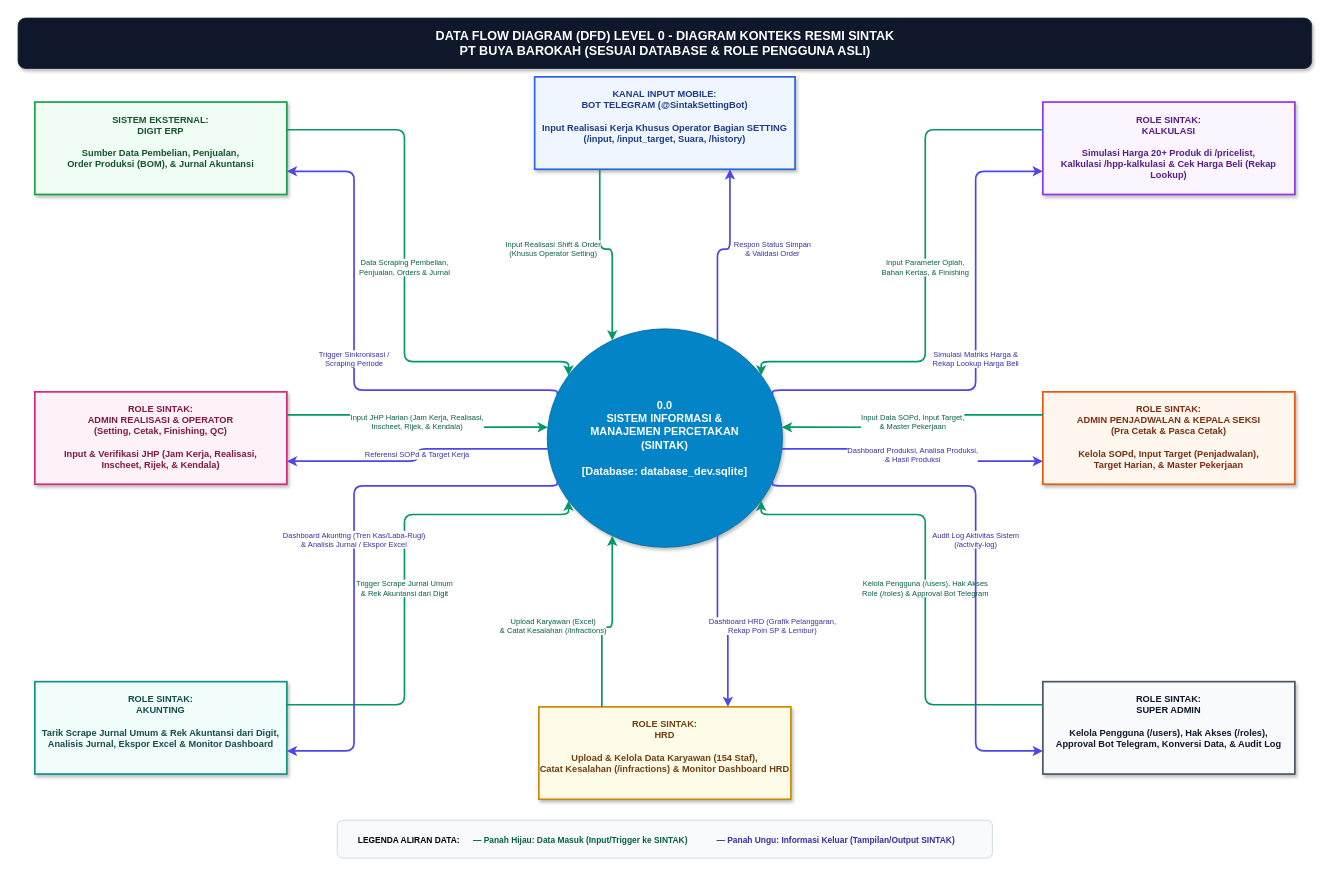
Above: page "DFD Level 0 - Diagram Konteks" (1 of 2) of sintak-dfd.drawio in nauval131922-2/sintak_pt_buya_barokah (draw.io), before the change. Source tidied: cells renumbered, new cells numbered last; positions are measured from the earlier drawing's top-left corner, leaving out a move shared by most shapes. Both pictures are drawn from the tidied source at 84%, with x=0, y=0 at pixel (18, 18).
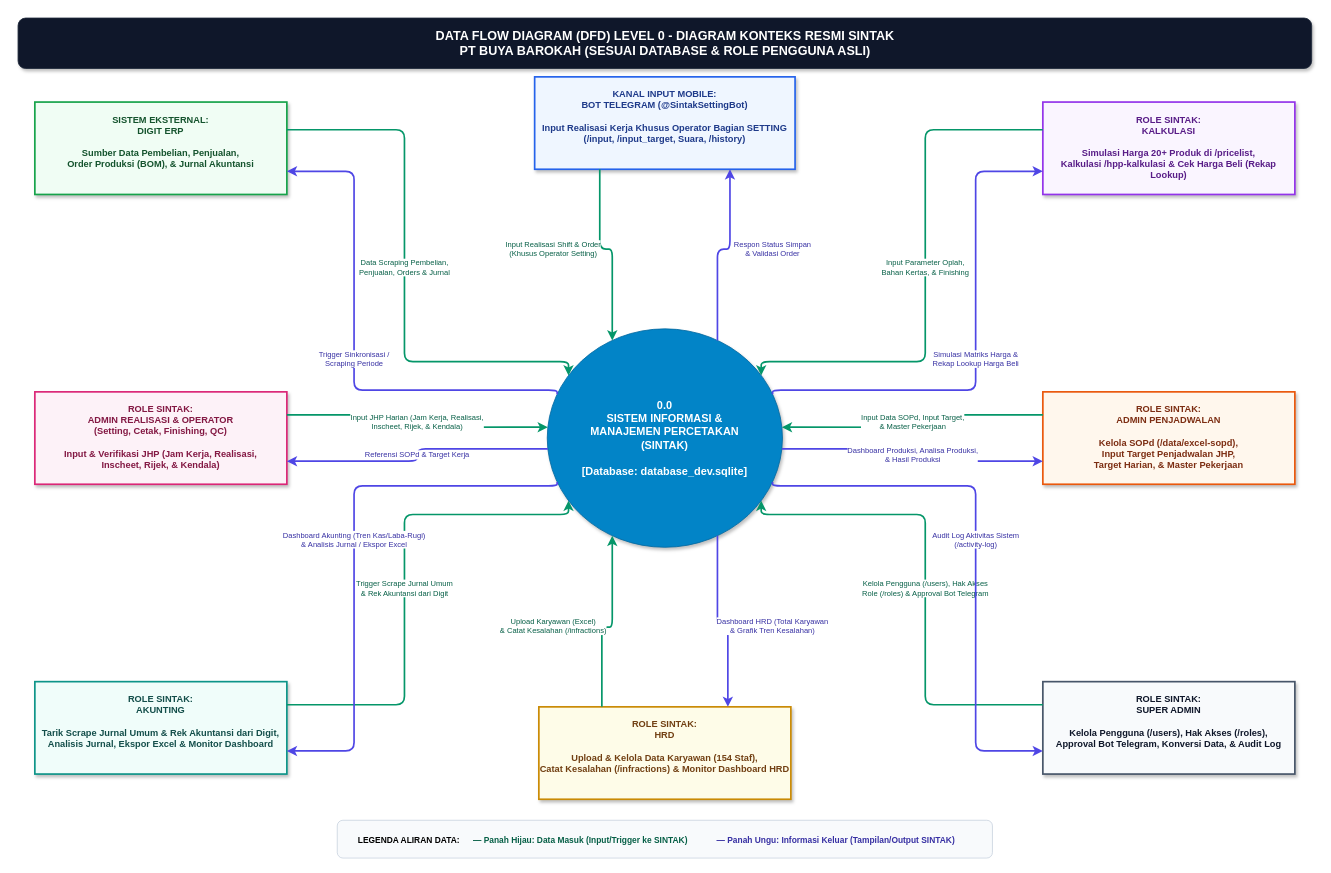
After the change.

Commit message (it also covers changes not shown here):
docs: bersihkan seluruh istilah rekaan generik dan pisahkan peran murni Admin Penjadwalan pada DFD dan Flowchart

The change refers to these unchanged cells:
```xml
<mxCell id="4" value="0.0&#10;SISTEM INFORMASI &amp;&#10;MANAJEMEN PERCETAKAN&#10;(SINTAK)&#10;&#10;[Database: database_dev.sqlite]" style="ellipse;whiteSpace=wrap;html=1;fillColor=#0284c7;strokeColor=#0369a1;fontColor=#ffffff;fontSize=13;fontStyle=1;align=center;verticalAlign=middle;shadow=1;spacing=8;" parent="1" vertex="1">
  <mxGeometry x="630" y="370" width="280" height="260" as="geometry" />
</mxCell>
<mxCell id="11" value="ROLE SINTAK:&#10;HRD&#10;&#10;Upload &amp; Kelola Data Karyawan (154 Staf),&#10;Catat Kesalahan (/infractions) &amp; Monitor Dashboard HRD" style="rounded=0;whiteSpace=wrap;html=1;shadow=1;fontSize=11;fontStyle=1;align=center;verticalAlign=top;spacingTop=8;strokeWidth=2;fillColor=#fefce8;strokeColor=#ca8a04;fontColor=#713f12;" parent="1" vertex="1">
  <mxGeometry x="620" y="820" width="300" height="110" as="geometry" />
</mxCell>
```

The edit, as a diff of the source:
```diff
@@
-    <mxCell id="9" value="ROLE SINTAK:&#10;ADMIN PENJADWALAN &amp; KEPALA SEKSI&#10;(Pra Cetak &amp; Pasca Cetak)&#10;&#10;Kelola SOPd, Input Target (Penjadwalan),&#10;Target Harian, &amp; Master Pekerjaan" style="rounded=0;whiteSpace=wrap;html=1;shadow=1;fontSize=11;fontStyle=1;align=center;verticalAlign=top;spacingTop=8;strokeWidth=2;fillColor=#fff7ed;strokeColor=#ea580c;fontColor=#7c2d12;" parent="1" vertex="1">
+    <mxCell id="9" value="ROLE SINTAK:&#10;ADMIN PENJADWALAN&#10;&#10;Kelola SOPd (/data/excel-sopd),&#10;Input Target Penjadwalan JHP,&#10;Target Harian, &amp; Master Pekerjaan" style="rounded=0;whiteSpace=wrap;html=1;shadow=1;fontSize=11;fontStyle=1;align=center;verticalAlign=top;spacingTop=8;strokeWidth=2;fillColor=#fff7ed;strokeColor=#ea580c;fontColor=#7c2d12;" parent="1" vertex="1">
       <mxGeometry x="1220" y="445" width="300" height="110" as="geometry" />
     </mxCell>
@@
-    <mxCell id="26" value="Dashboard HRD (Grafik Pelanggaran,&#10;Rekap Poin SP &amp; Lembur)" style="edgeStyle=orthogonalEdgeStyle;rounded=1;jettySize=auto;html=1;strokeWidth=2;strokeColor=#4f46e5;fontColor=#3730a3;fontSize=9;labelBackgroundColor=#ffffff;exitX=0.75;exitY=1;entryX=0.75;entryY=0;align=center;" parent="1" edge="1" source="4" target="11">
+    <mxCell id="26" value="Dashboard HRD (Total Karyawan&#10;&amp; Grafik Tren Kesalahan)" style="edgeStyle=orthogonalEdgeStyle;rounded=1;jettySize=auto;html=1;strokeWidth=2;strokeColor=#4f46e5;fontColor=#3730a3;fontSize=9;labelBackgroundColor=#ffffff;exitX=0.75;exitY=1;entryX=0.75;entryY=0;align=center;" parent="1" edge="1" source="4" target="11">
       <mxGeometry relative="1" as="geometry">
         <mxPoint x="65" as="offset" />
       </mxGeometry>
     </mxCell>
```
